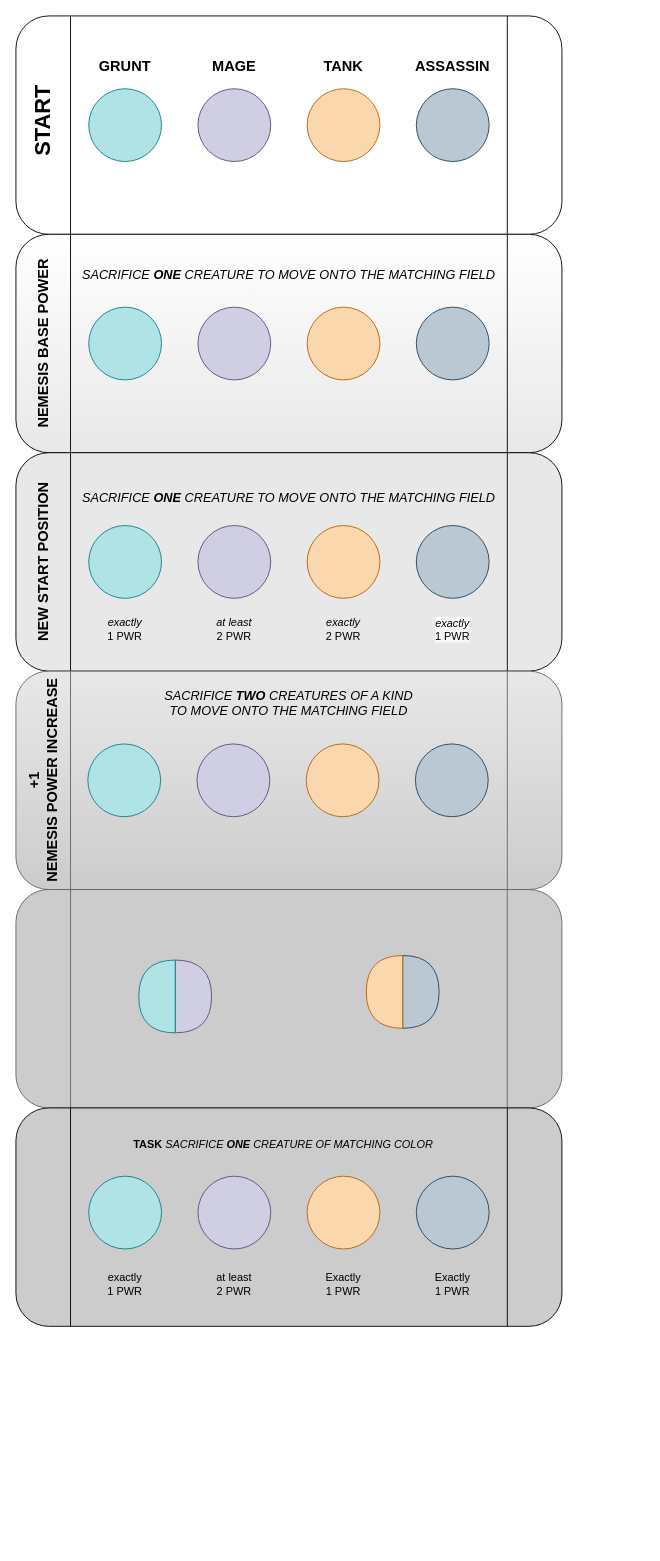
Before: Altar.drawio in eldritch-bender/OPMech, a draw.io diagram. Source tidied: cells renumbered, new cells numbered last; positions are measured from the earlier drawing's top-left corner, leaving out a move shared by most shapes. Both pictures are drawn from the tidied source at 91%, with x=0, y=0 at pixel (15, 15).
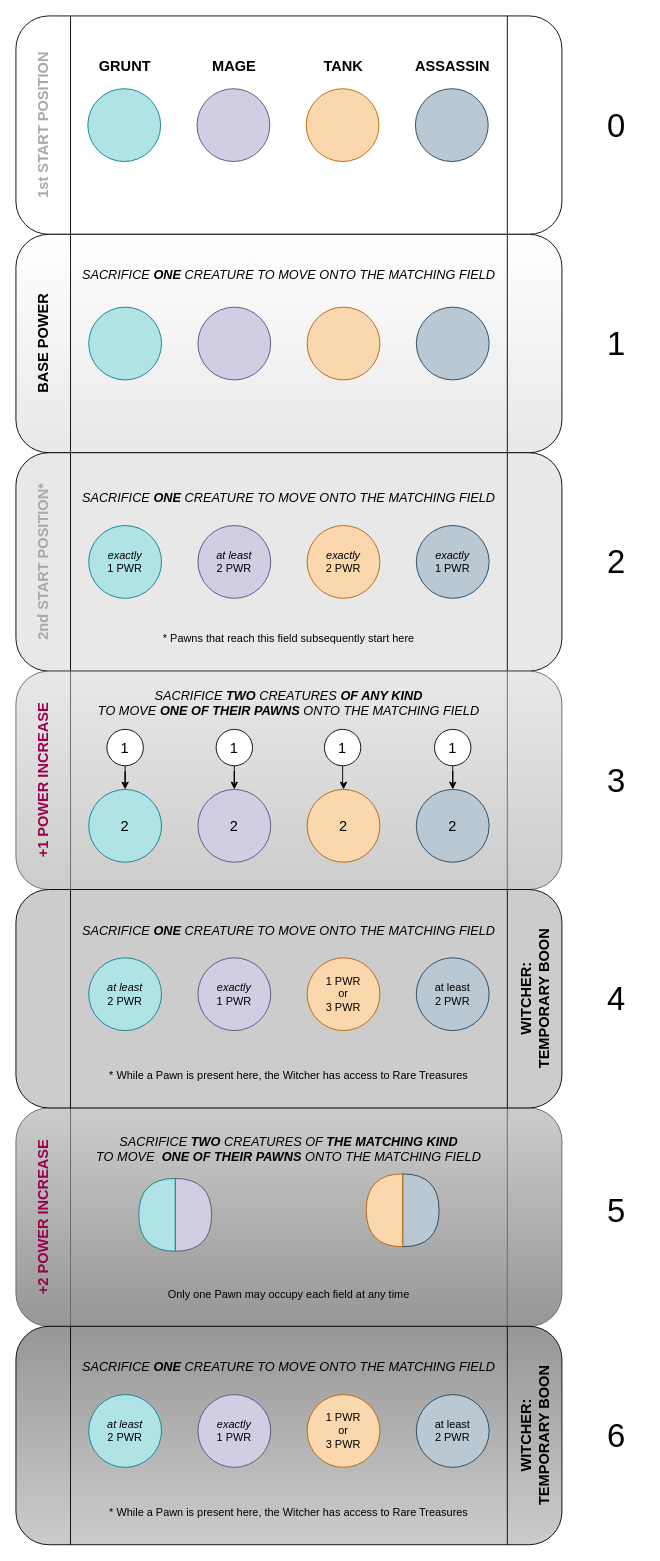
The same page after the edit.

The edit, as a diff of the source:
```diff
@@
     <mxCell id="3" style="ellipse;whiteSpace=wrap;html=1;fillColor=#b0e3e6;strokeColor=#0e8088;rounded=1;" parent="1" vertex="1">
-      <mxGeometry x="80" y="80" width="80" height="80" as="geometry" />
+      <mxGeometry x="79" y="80" width="80" height="80" as="geometry" />
     </mxCell>
     <mxCell id="4" style="ellipse;whiteSpace=wrap;html=1;fillColor=#d0cee2;strokeColor=#56517e;rounded=1;" parent="1" vertex="1">
-      <mxGeometry x="200" y="80" width="80" height="80" as="geometry" />
+      <mxGeometry x="199" y="80" width="80" height="80" as="geometry" />
     </mxCell>
     <mxCell id="5" style="ellipse;whiteSpace=wrap;html=1;fillColor=#bac8d3;strokeColor=#23445d;rounded=1;" parent="1" vertex="1">
-      <mxGeometry x="440" y="80" width="80" height="80" as="geometry" />
+      <mxGeometry x="439" y="80" width="80" height="80" as="geometry" />
     </mxCell>
     <mxCell id="6" style="ellipse;whiteSpace=wrap;html=1;fillColor=#fad7ac;strokeColor=#b46504;rounded=1;" parent="1" vertex="1">
-      <mxGeometry x="320" y="80" width="80" height="80" as="geometry" />
+      <mxGeometry x="319" y="80" width="80" height="80" as="geometry" />
     </mxCell>
-    <mxCell id="7" value="&lt;h1&gt;START&lt;/h1&gt;" style="text;html=1;strokeColor=none;fillColor=none;spacing=5;spacingTop=-20;whiteSpace=wrap;overflow=hidden;horizontal=0;align=center;rounded=1;" parent="1" vertex="1">
-      <mxGeometry x="10" y="55" width="40" height="120" as="geometry" />
-    </mxCell>
@@
-    <mxCell id="23" value="&lt;i style=&quot;font-size: 14px&quot;&gt;SACRIFICE &lt;b&gt;TWO &lt;/b&gt;CREATURES OF A KIND&lt;br&gt;TO MOVE ONTO THE MATCHING FIELD&lt;/i&gt;" style="text;html=1;strokeColor=none;fillColor=none;align=center;verticalAlign=middle;whiteSpace=wrap;rounded=1;" parent="1" vertex="1">
+    <mxCell id="23" value="&lt;i style=&quot;font-size: 14px&quot;&gt;SACRIFICE &lt;b&gt;TWO &lt;/b&gt;CREATURES &lt;b&gt;OF ANY KIND&lt;/b&gt;&lt;br&gt;TO MOVE &lt;b&gt;ONE OF THEIR PAWNS&amp;nbsp;&lt;/b&gt;ONTO THE MATCHING FIELD&lt;/i&gt;" style="text;html=1;strokeColor=none;fillColor=none;align=center;verticalAlign=middle;whiteSpace=wrap;rounded=1;" parent="1" vertex="1">
       <mxGeometry y="740" width="600" height="30" as="geometry" />
     </mxCell>
     <mxCell id="24" value="&lt;i&gt;exactly&lt;/i&gt;&lt;br&gt;1 PWR" style="text;html=1;strokeColor=none;fillColor=none;align=center;verticalAlign=middle;whiteSpace=wrap;rounded=1;" parent="1" vertex="1">
-      <mxGeometry x="90" y="659" width="60" height="30" as="geometry" />
+      <mxGeometry x="90" y="585" width="60" height="30" as="geometry" />
     </mxCell>
     <mxCell id="25" value="&lt;i&gt;at least&lt;/i&gt;&lt;br&gt;2 PWR" style="text;html=1;strokeColor=none;fillColor=none;align=center;verticalAlign=middle;whiteSpace=wrap;rounded=1;" parent="1" vertex="1">
-      <mxGeometry x="210" y="659" width="60" height="30" as="geometry" />
+      <mxGeometry x="210" y="585" width="60" height="30" as="geometry" />
     </mxCell>
     <mxCell id="26" value="&lt;i&gt;exactly&lt;/i&gt;&lt;br&gt;2 PWR" style="text;html=1;strokeColor=none;fillColor=none;align=center;verticalAlign=middle;whiteSpace=wrap;rounded=1;" parent="1" vertex="1">
-      <mxGeometry x="330" y="659" width="60" height="30" as="geometry" />
+      <mxGeometry x="330" y="585" width="60" height="30" as="geometry" />
     </mxCell>
-    <mxCell id="27" value="&lt;font style=&quot;font-size: 16px&quot;&gt;NEMESIS BASE POWER&lt;/font&gt;" style="text;html=1;strokeColor=none;fillColor=none;align=center;verticalAlign=middle;whiteSpace=wrap;horizontal=0;fontStyle=1;rounded=1;" parent="1" vertex="1">
+    <mxCell id="27" value="&lt;font style=&quot;font-size: 16px&quot;&gt;BASE POWER&lt;/font&gt;" style="text;html=1;strokeColor=none;fillColor=none;align=center;verticalAlign=middle;whiteSpace=wrap;horizontal=0;fontStyle=1;rounded=1;" parent="1" vertex="1">
       <mxGeometry y="240" width="60" height="240" as="geometry" />
     </mxCell>
-    <mxCell id="28" value="&lt;font style=&quot;font-size: 16px&quot;&gt;+1&lt;br&gt;NEMESIS POWER INCREASE&lt;/font&gt;" style="text;html=1;strokeColor=none;fillColor=none;align=center;verticalAlign=middle;whiteSpace=wrap;horizontal=0;fontStyle=1;rounded=0;" parent="1" vertex="1">
+    <mxCell id="28" value="&lt;font style=&quot;font-size: 16px&quot;&gt;+1 POWER INCREASE&lt;/font&gt;" style="text;html=1;strokeColor=none;fillColor=none;align=center;verticalAlign=middle;whiteSpace=wrap;horizontal=0;fontStyle=1;rounded=0;fontColor=#99004D;" parent="1" vertex="1">
       <mxGeometry y="720" width="60" height="240" as="geometry" />
     </mxCell>
-    <mxCell id="29" style="shape=process;whiteSpace=wrap;html=1;backgroundOutline=1;rounded=1;fillColor=#CCCCCC;strokeColor=#666666;" parent="1" vertex="1">
-      <mxGeometry y="960" width="600" height="240" as="geometry" />
+    <mxCell id="29" style="shape=process;whiteSpace=wrap;html=1;backgroundOutline=1;rounded=1;fillColor=#CCCCCC;strokeColor=#666666;gradientColor=#969696;" parent="1" vertex="1">
+      <mxGeometry y="1200" width="600" height="240" as="geometry" />
     </mxCell>
-    <mxCell id="30" style="ellipse;whiteSpace=wrap;html=1;fillColor=#b0e3e6;strokeColor=#0e8088;rounded=1;" parent="1" vertex="1">
-      <mxGeometry x="79" y="800" width="80" height="80" as="geometry" />
+    <mxCell id="30" value="&lt;font style=&quot;font-size: 16px&quot;&gt;2&lt;/font&gt;" style="ellipse;whiteSpace=wrap;html=1;fillColor=#b0e3e6;strokeColor=#0e8088;rounded=1;" parent="1" vertex="1">
+      <mxGeometry x="80" y="850" width="80" height="80" as="geometry" />
     </mxCell>
-    <mxCell id="31" style="ellipse;whiteSpace=wrap;html=1;fillColor=#d0cee2;strokeColor=#56517e;rounded=1;" parent="1" vertex="1">
-      <mxGeometry x="199" y="800" width="80" height="80" as="geometry" />
+    <mxCell id="31" value="&lt;font style=&quot;font-size: 16px&quot;&gt;2&lt;/font&gt;" style="ellipse;whiteSpace=wrap;html=1;fillColor=#d0cee2;strokeColor=#56517e;rounded=1;" parent="1" vertex="1">
+      <mxGeometry x="200" y="850" width="80" height="80" as="geometry" />
     </mxCell>
-    <mxCell id="32" style="ellipse;whiteSpace=wrap;html=1;fillColor=#bac8d3;strokeColor=#23445d;rounded=1;" parent="1" vertex="1">
-      <mxGeometry x="439" y="800" width="80" height="80" as="geometry" />
+    <mxCell id="32" value="&lt;font style=&quot;font-size: 16px&quot;&gt;2&lt;/font&gt;" style="ellipse;whiteSpace=wrap;html=1;fillColor=#bac8d3;strokeColor=#23445d;rounded=1;" parent="1" vertex="1">
+      <mxGeometry x="440" y="850" width="80" height="80" as="geometry" />
     </mxCell>
-    <mxCell id="33" style="ellipse;whiteSpace=wrap;html=1;fillColor=#fad7ac;strokeColor=#b46504;rounded=1;" parent="1" vertex="1">
-      <mxGeometry x="319" y="800" width="80" height="80" as="geometry" />
+    <mxCell id="33" value="&lt;font style=&quot;font-size: 16px&quot;&gt;2&lt;/font&gt;" style="ellipse;whiteSpace=wrap;html=1;fillColor=#fad7ac;strokeColor=#b46504;rounded=1;" parent="1" vertex="1">
+      <mxGeometry x="320" y="850" width="80" height="80" as="geometry" />
     </mxCell>
     <mxCell id="34" style="shape=process;whiteSpace=wrap;html=1;backgroundOutline=1;rounded=1;fillColor=#CCCCCC;" parent="1" vertex="1">
-      <mxGeometry y="1200" width="600" height="240" as="geometry" />
+      <mxGeometry y="960" width="600" height="240" as="geometry" />
     </mxCell>
     <mxCell id="35" style="ellipse;whiteSpace=wrap;html=1;fillColor=#b0e3e6;strokeColor=#0e8088;rounded=1;" parent="1" vertex="1">
-      <mxGeometry x="80" y="1275" width="80" height="80" as="geometry" />
+      <mxGeometry x="80" y="1035" width="80" height="80" as="geometry" />
     </mxCell>
     <mxCell id="36" style="ellipse;whiteSpace=wrap;html=1;fillColor=#d0cee2;strokeColor=#56517e;rounded=1;" parent="1" vertex="1">
-      <mxGeometry x="200" y="1275" width="80" height="80" as="geometry" />
+      <mxGeometry x="200" y="1035" width="80" height="80" as="geometry" />
     </mxCell>
     <mxCell id="37" style="ellipse;whiteSpace=wrap;html=1;fillColor=#bac8d3;strokeColor=#23445d;rounded=1;" parent="1" vertex="1">
-      <mxGeometry x="440" y="1275" width="80" height="80" as="geometry" />
+      <mxGeometry x="440" y="1035" width="80" height="80" as="geometry" />
     </mxCell>
-    <mxCell id="38" style="ellipse;whiteSpace=wrap;html=1;fillColor=#fad7ac;strokeColor=#b46504;rounded=1;" parent="1" vertex="1">
-      <mxGeometry x="320" y="1275" width="80" height="80" as="geometry" />
+    <mxCell id="38" value="1 PWR&lt;br&gt;or&lt;br&gt;3 PWR" style="ellipse;whiteSpace=wrap;html=1;fillColor=#fad7ac;strokeColor=#b46504;rounded=1;" parent="1" vertex="1">
+      <mxGeometry x="320" y="1035" width="80" height="80" as="geometry" />
     </mxCell>
-    <mxCell id="39" value="&lt;b&gt;TASK&lt;/b&gt;&lt;i&gt; SACRIFICE &lt;b&gt;ONE&lt;/b&gt; CREATURE OF MATCHING COLOR&lt;/i&gt;" style="text;html=1;strokeColor=none;fillColor=none;align=center;verticalAlign=middle;whiteSpace=wrap;rounded=1;" parent="1" vertex="1">
-      <mxGeometry x="79" y="1225" width="430" height="30" as="geometry" />
-    </mxCell>
-    <mxCell id="40" value="exactly&lt;br&gt;1 PWR" style="text;html=1;strokeColor=none;fillColor=none;align=center;verticalAlign=middle;whiteSpace=wrap;rounded=1;" parent="1" vertex="1">
-      <mxGeometry x="90" y="1379" width="60" height="30" as="geometry" />
-    </mxCell>
     <mxCell id="41" value="at least&lt;br&gt;2 PWR" style="text;html=1;strokeColor=none;fillColor=none;align=center;verticalAlign=middle;whiteSpace=wrap;rounded=1;" parent="1" vertex="1">
-      <mxGeometry x="210" y="1379" width="60" height="30" as="geometry" />
+      <mxGeometry x="450" y="1060" width="60" height="30" as="geometry" />
     </mxCell>
-    <mxCell id="42" value="Exactly&lt;br&gt;1 PWR" style="text;html=1;strokeColor=none;fillColor=none;align=center;verticalAlign=middle;whiteSpace=wrap;rounded=1;" parent="1" vertex="1">
-      <mxGeometry x="330" y="1379" width="60" height="30" as="geometry" />
-    </mxCell>
-    <mxCell id="43" value="Exactly&lt;br&gt;1 PWR" style="text;html=1;strokeColor=none;fillColor=none;align=center;verticalAlign=middle;whiteSpace=wrap;rounded=1;" parent="1" vertex="1">
-      <mxGeometry x="450" y="1379" width="60" height="30" as="geometry" />
-    </mxCell>
@@
-    <mxCell id="45" value="&lt;i style=&quot;color: rgb(0 , 0 , 0) ; font-family: &amp;#34;helvetica&amp;#34; ; font-size: 12px ; font-weight: 400 ; letter-spacing: normal ; text-indent: 0px ; text-transform: none ; word-spacing: 0px ; background-color: rgb(248 , 249 , 250)&quot;&gt;exactly&lt;/i&gt;&lt;br style=&quot;color: rgb(0 , 0 , 0) ; font-family: &amp;#34;helvetica&amp;#34; ; font-size: 12px ; font-style: normal ; font-weight: 400 ; letter-spacing: normal ; text-indent: 0px ; text-transform: none ; word-spacing: 0px ; background-color: rgb(248 , 249 , 250)&quot;&gt;&lt;span style=&quot;color: rgb(0 , 0 , 0) ; font-family: &amp;#34;helvetica&amp;#34; ; font-size: 12px ; font-style: normal ; font-weight: 400 ; letter-spacing: normal ; text-indent: 0px ; text-transform: none ; word-spacing: 0px ; background-color: rgb(248 , 249 , 250) ; display: inline ; float: none&quot;&gt;1 PWR&lt;/span&gt;" style="text;whiteSpace=wrap;html=1;align=center;rounded=1;" parent="1" vertex="1">
-      <mxGeometry x="450" y="654" width="60" height="40" as="geometry" />
-    </mxCell>
     <mxCell id="46" style="shape=or;whiteSpace=wrap;html=1;align=center;fillColor=#d0cee2;strokeColor=#56517e;rounded=1;" parent="1" vertex="1">
-      <mxGeometry x="175" y="1037.5" width="40" height="80" as="geometry" />
+      <mxGeometry x="175" y="1277.5" width="40" height="80" as="geometry" />
     </mxCell>
     <mxCell id="47" style="shape=or;whiteSpace=wrap;html=1;align=center;rotation=-180;fillColor=#b0e3e6;strokeColor=#0e8088;rounded=1;" parent="1" vertex="1">
-      <mxGeometry x="135" y="1037.5" width="40" height="80" as="geometry" />
+      <mxGeometry x="135" y="1277.5" width="40" height="80" as="geometry" />
     </mxCell>
     <mxCell id="48" style="shape=or;whiteSpace=wrap;html=1;align=center;fillColor=#bac8d3;strokeColor=#23445d;rounded=1;" parent="1" vertex="1">
-      <mxGeometry x="425" y="1032.5" width="40" height="80" as="geometry" />
+      <mxGeometry x="425" y="1272.5" width="40" height="80" as="geometry" />
     </mxCell>
     <mxCell id="49" style="shape=or;whiteSpace=wrap;html=1;align=center;rotation=-180;fillColor=#fad7ac;strokeColor=#b46504;rounded=1;" parent="1" vertex="1">
-      <mxGeometry x="385" y="1032.5" width="40" height="80" as="geometry" />
+      <mxGeometry x="385" y="1272.5" width="40" height="80" as="geometry" />
     </mxCell>
@@
-    <mxCell id="51" value="&lt;span style=&quot;font-size: 16px&quot;&gt;NEW START POSITION&lt;/span&gt;" style="text;html=1;strokeColor=none;fillColor=none;align=center;verticalAlign=middle;whiteSpace=wrap;horizontal=0;fontStyle=1;rounded=0;" parent="1" vertex="1">
+    <mxCell id="51" value="&lt;span style=&quot;font-size: 16px&quot;&gt;2nd START POSITION*&lt;/span&gt;" style="text;html=1;strokeColor=none;fillColor=none;align=center;verticalAlign=middle;whiteSpace=wrap;horizontal=0;fontStyle=1;rounded=0;fontColor=#A8A8A8;" parent="1" vertex="1">
       <mxGeometry y="480" width="60" height="240" as="geometry" />
     </mxCell>
+    <mxCell id="52" style="edgeStyle=orthogonalEdgeStyle;rounded=0;jettySize=auto;html=1;fontSize=16;" parent="1" edge="1" source="53" target="30">
+      <mxGeometry relative="1" as="geometry" />
+    </mxCell>
+    <mxCell id="53" value="1" style="ellipse;whiteSpace=wrap;html=1;fontSize=16;" parent="1" vertex="1">
+      <mxGeometry x="100" y="784" width="40" height="40" as="geometry" />
+    </mxCell>
+    <mxCell id="54" style="edgeStyle=orthogonalEdgeStyle;rounded=0;jettySize=auto;html=1;fontSize=16;" parent="1" edge="1" source="55" target="31">
+      <mxGeometry relative="1" as="geometry" />
+    </mxCell>
+    <mxCell id="55" value="1" style="ellipse;whiteSpace=wrap;html=1;fontSize=16;" parent="1" vertex="1">
+      <mxGeometry x="220" y="784" width="40" height="40" as="geometry" />
+    </mxCell>
+    <mxCell id="56" style="edgeStyle=orthogonalEdgeStyle;rounded=0;jettySize=auto;html=1;fontSize=16;" parent="1" edge="1" source="57" target="33">
+      <mxGeometry relative="1" as="geometry" />
+    </mxCell>
+    <mxCell id="57" value="1" style="ellipse;whiteSpace=wrap;html=1;fontSize=16;" parent="1" vertex="1">
+      <mxGeometry x="339" y="784" width="40" height="40" as="geometry" />
+    </mxCell>
+    <mxCell id="58" style="edgeStyle=orthogonalEdgeStyle;rounded=0;jettySize=auto;html=1;fontSize=16;" parent="1" edge="1" source="59" target="32">
+      <mxGeometry relative="1" as="geometry" />
+    </mxCell>
+    <mxCell id="59" value="1" style="ellipse;whiteSpace=wrap;html=1;fontSize=16;" parent="1" vertex="1">
+      <mxGeometry x="460" y="784" width="40" height="40" as="geometry" />
+    </mxCell>
+    <mxCell id="60" value="&lt;font style=&quot;font-size: 16px&quot;&gt;1st START POSITION&lt;/font&gt;" style="text;html=1;strokeColor=none;fillColor=none;align=center;verticalAlign=middle;whiteSpace=wrap;horizontal=0;fontStyle=1;rounded=1;fontColor=#A8A8A8;" parent="1" vertex="1">
+      <mxGeometry width="60" height="240" as="geometry" />
+    </mxCell>
+    <mxCell id="61" value="&lt;i&gt;exactly&lt;/i&gt;&lt;br&gt;1 PWR" style="text;html=1;strokeColor=none;fillColor=none;align=center;verticalAlign=middle;whiteSpace=wrap;rounded=1;" parent="1" vertex="1">
+      <mxGeometry x="450" y="585" width="60" height="30" as="geometry" />
+    </mxCell>
+    <mxCell id="62" value="* Pawns that reach this field subsequently start here" style="text;html=1;strokeColor=none;fillColor=none;align=center;verticalAlign=middle;whiteSpace=wrap;rounded=0;fontSize=12;" parent="1" vertex="1">
+      <mxGeometry x="60" y="670" width="480" height="30" as="geometry" />
+    </mxCell>
+    <mxCell id="63" value="&lt;i style=&quot;font-size: 14px&quot;&gt;SACRIFICE &lt;b&gt;TWO &lt;/b&gt;CREATURES OF &lt;b&gt;THE MATCHING KIND&lt;/b&gt;&lt;br&gt;TO MOVE&amp;nbsp;&amp;nbsp;&lt;b&gt;ONE OF THEIR PAWNS&amp;nbsp;&lt;/b&gt;ONTO THE MATCHING FIELD&lt;/i&gt;" style="text;html=1;strokeColor=none;fillColor=none;align=center;verticalAlign=middle;whiteSpace=wrap;rounded=1;" parent="1" vertex="1">
+      <mxGeometry y="1230" width="600" height="30" as="geometry" />
+    </mxCell>
+    <mxCell id="64" value="&lt;i&gt;at least&lt;/i&gt;&lt;br&gt;2 PWR" style="text;html=1;strokeColor=none;fillColor=none;align=center;verticalAlign=middle;whiteSpace=wrap;rounded=1;" parent="1" vertex="1">
+      <mxGeometry x="90" y="1060" width="60" height="30" as="geometry" />
+    </mxCell>
+    <mxCell id="65" value="&lt;i style=&quot;font-size: 14px&quot;&gt;SACRIFICE &lt;b&gt;ONE&lt;/b&gt; CREATURE TO MOVE ONTO THE MATCHING FIELD&lt;/i&gt;" style="text;html=1;strokeColor=none;fillColor=none;align=center;verticalAlign=middle;whiteSpace=wrap;rounded=1;" parent="1" vertex="1">
+      <mxGeometry x="60" y="990" width="480" height="30" as="geometry" />
+    </mxCell>
+    <mxCell id="66" value="&lt;i&gt;exactly&lt;/i&gt;&lt;br&gt;1 PWR" style="text;html=1;strokeColor=none;fillColor=none;align=center;verticalAlign=middle;whiteSpace=wrap;rounded=1;" parent="1" vertex="1">
+      <mxGeometry x="210" y="1060" width="60" height="30" as="geometry" />
+    </mxCell>
+    <mxCell id="67" value="&lt;font style=&quot;font-size: 16px&quot;&gt;WITCHER:&lt;br&gt;TEMPORARY BOON&lt;/font&gt;" style="text;html=1;strokeColor=none;fillColor=none;align=center;verticalAlign=middle;whiteSpace=wrap;horizontal=0;fontStyle=1;rounded=0;" parent="1" vertex="1">
+      <mxGeometry x="540" y="960" width="60" height="240" as="geometry" />
+    </mxCell>
+    <mxCell id="68" value="* While a Pawn is present here, the Witcher has access to Rare Treasures" style="text;html=1;strokeColor=none;fillColor=none;align=center;verticalAlign=middle;whiteSpace=wrap;rounded=0;fontSize=12;" parent="1" vertex="1">
+      <mxGeometry x="60" y="1150" width="480" height="30" as="geometry" />
+    </mxCell>
+    <mxCell id="69" value="&lt;span style=&quot;font-size: 36px&quot;&gt;0&lt;/span&gt;" style="text;html=1;strokeColor=none;fillColor=none;align=center;verticalAlign=middle;whiteSpace=wrap;rounded=0;fontSize=12;" parent="1" vertex="1">
+      <mxGeometry x="630" y="105" width="60" height="30" as="geometry" />
+    </mxCell>
+    <mxCell id="70" value="&lt;span style=&quot;font-size: 36px&quot;&gt;1&lt;/span&gt;" style="text;html=1;strokeColor=none;fillColor=none;align=center;verticalAlign=middle;whiteSpace=wrap;rounded=0;fontSize=12;" parent="1" vertex="1">
+      <mxGeometry x="630" y="345" width="60" height="30" as="geometry" />
+    </mxCell>
+    <mxCell id="71" value="&lt;span style=&quot;font-size: 36px&quot;&gt;2&lt;/span&gt;" style="text;html=1;strokeColor=none;fillColor=none;align=center;verticalAlign=middle;whiteSpace=wrap;rounded=0;fontSize=12;" parent="1" vertex="1">
+      <mxGeometry x="630" y="585" width="60" height="30" as="geometry" />
+    </mxCell>
+    <mxCell id="72" value="&lt;span style=&quot;font-size: 36px&quot;&gt;3&lt;/span&gt;" style="text;html=1;strokeColor=none;fillColor=none;align=center;verticalAlign=middle;whiteSpace=wrap;rounded=0;fontSize=12;" parent="1" vertex="1">
+      <mxGeometry x="630" y="825" width="60" height="30" as="geometry" />
+    </mxCell>
+    <mxCell id="73" value="&lt;span style=&quot;font-size: 36px&quot;&gt;4&lt;/span&gt;" style="text;html=1;strokeColor=none;fillColor=none;align=center;verticalAlign=middle;whiteSpace=wrap;rounded=0;fontSize=12;" parent="1" vertex="1">
+      <mxGeometry x="630" y="1065" width="60" height="30" as="geometry" />
+    </mxCell>
+    <mxCell id="74" value="&lt;span style=&quot;font-size: 36px&quot;&gt;5&lt;/span&gt;" style="text;html=1;strokeColor=none;fillColor=none;align=center;verticalAlign=middle;whiteSpace=wrap;rounded=0;fontSize=12;" parent="1" vertex="1">
+      <mxGeometry x="630" y="1297.5" width="60" height="30" as="geometry" />
+    </mxCell>
+    <mxCell id="75" value="&lt;font style=&quot;font-size: 16px&quot;&gt;+2 POWER INCREASE&lt;/font&gt;" style="text;html=1;strokeColor=none;fillColor=none;align=center;verticalAlign=middle;whiteSpace=wrap;horizontal=0;fontStyle=1;rounded=0;fontColor=#99004D;" parent="1" vertex="1">
+      <mxGeometry y="1200" width="60" height="240" as="geometry" />
+    </mxCell>
+    <mxCell id="76" style="shape=process;whiteSpace=wrap;html=1;backgroundOutline=1;rounded=1;fillColor=#969696;gradientColor=#cccccc;" parent="1" vertex="1">
+      <mxGeometry y="1440" width="600" height="240" as="geometry" />
+    </mxCell>
+    <mxCell id="77" style="ellipse;whiteSpace=wrap;html=1;fillColor=#b0e3e6;strokeColor=#0e8088;rounded=1;" parent="1" vertex="1">
+      <mxGeometry x="80" y="1515" width="80" height="80" as="geometry" />
+    </mxCell>
+    <mxCell id="78" style="ellipse;whiteSpace=wrap;html=1;fillColor=#d0cee2;strokeColor=#56517e;rounded=1;" parent="1" vertex="1">
+      <mxGeometry x="200" y="1515" width="80" height="80" as="geometry" />
+    </mxCell>
+    <mxCell id="79" style="ellipse;whiteSpace=wrap;html=1;fillColor=#bac8d3;strokeColor=#23445d;rounded=1;" parent="1" vertex="1">
+      <mxGeometry x="440" y="1515" width="80" height="80" as="geometry" />
+    </mxCell>
+    <mxCell id="80" value="1 PWR&lt;br&gt;or&lt;br&gt;3 PWR" style="ellipse;whiteSpace=wrap;html=1;fillColor=#fad7ac;strokeColor=#b46504;rounded=1;" parent="1" vertex="1">
+      <mxGeometry x="320" y="1515" width="80" height="80" as="geometry" />
+    </mxCell>
+    <mxCell id="81" value="at least&lt;br&gt;2 PWR" style="text;html=1;strokeColor=none;fillColor=none;align=center;verticalAlign=middle;whiteSpace=wrap;rounded=1;" parent="1" vertex="1">
+      <mxGeometry x="450" y="1540" width="60" height="30" as="geometry" />
+    </mxCell>
+    <mxCell id="82" value="&lt;i&gt;at least&lt;/i&gt;&lt;br&gt;2 PWR" style="text;html=1;strokeColor=none;fillColor=none;align=center;verticalAlign=middle;whiteSpace=wrap;rounded=1;" parent="1" vertex="1">
+      <mxGeometry x="90" y="1540" width="60" height="30" as="geometry" />
+    </mxCell>
+    <mxCell id="83" value="&lt;i style=&quot;font-size: 14px&quot;&gt;SACRIFICE &lt;b&gt;ONE&lt;/b&gt; CREATURE TO MOVE ONTO THE MATCHING FIELD&lt;/i&gt;" style="text;html=1;strokeColor=none;fillColor=none;align=center;verticalAlign=middle;whiteSpace=wrap;rounded=1;" parent="1" vertex="1">
+      <mxGeometry x="60" y="1470" width="480" height="30" as="geometry" />
+    </mxCell>
+    <mxCell id="84" value="&lt;i&gt;exactly&lt;/i&gt;&lt;br&gt;1 PWR" style="text;html=1;strokeColor=none;fillColor=none;align=center;verticalAlign=middle;whiteSpace=wrap;rounded=1;" parent="1" vertex="1">
+      <mxGeometry x="210" y="1540" width="60" height="30" as="geometry" />
+    </mxCell>
+    <mxCell id="85" value="&lt;font style=&quot;font-size: 16px&quot;&gt;WITCHER:&lt;br&gt;TEMPORARY BOON&lt;/font&gt;" style="text;html=1;strokeColor=none;fillColor=none;align=center;verticalAlign=middle;whiteSpace=wrap;horizontal=0;fontStyle=1;rounded=0;" parent="1" vertex="1">
+      <mxGeometry x="540" y="1440" width="60" height="240" as="geometry" />
+    </mxCell>
+    <mxCell id="86" value="* While a Pawn is present here, the Witcher has access to Rare Treasures" style="text;html=1;strokeColor=none;fillColor=none;align=center;verticalAlign=middle;whiteSpace=wrap;rounded=0;fontSize=12;" parent="1" vertex="1">
+      <mxGeometry x="60" y="1630" width="480" height="30" as="geometry" />
+    </mxCell>
+    <mxCell id="87" value="&lt;span style=&quot;font-size: 36px&quot;&gt;6&lt;/span&gt;" style="text;html=1;strokeColor=none;fillColor=none;align=center;verticalAlign=middle;whiteSpace=wrap;rounded=0;fontSize=12;" parent="1" vertex="1">
+      <mxGeometry x="630" y="1545" width="60" height="30" as="geometry" />
+    </mxCell>
+    <mxCell id="88" value="Only one Pawn may occupy each field at any time" style="text;html=1;strokeColor=none;fillColor=none;align=center;verticalAlign=middle;whiteSpace=wrap;rounded=0;fontSize=12;" parent="1" vertex="1">
+      <mxGeometry x="60" y="1390" width="480" height="30" as="geometry" />
+    </mxCell>
```
